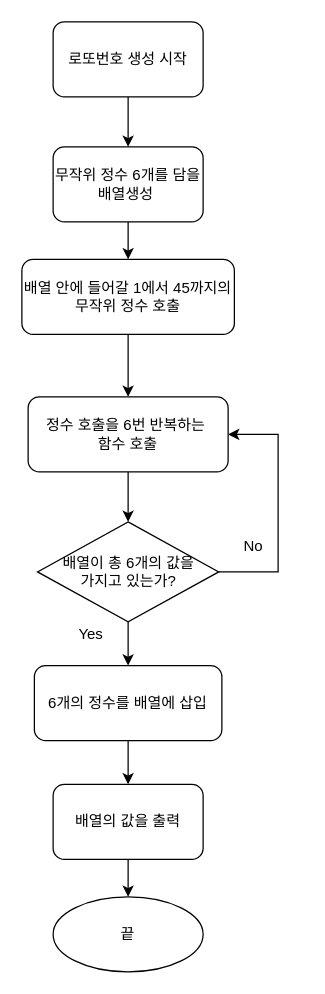
The draw.io diagram LottoFlow.drawio in yagom-academy/swift-starter-Round2, before the edit. Source tidied: cells renumbered, new cells numbered last; positions are measured from the earlier drawing's top-left corner, leaving out a move shared by most shapes. Both pictures are drawn from the tidied source at 125%, with x=0, y=0 at pixel (21, 21).
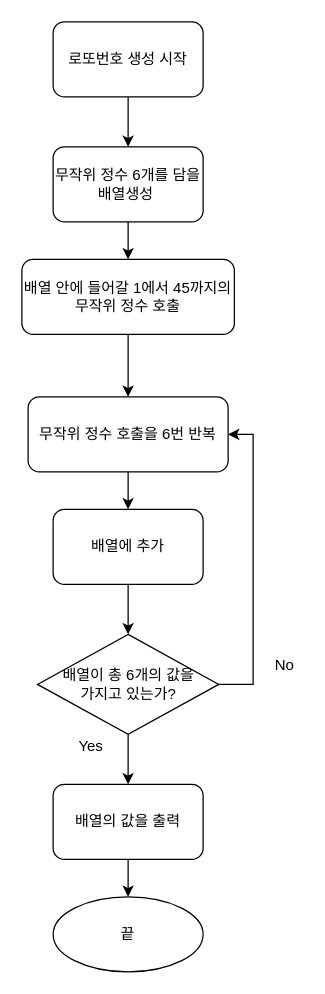
The same page after the edit.

Commit message (it also covers changes not shown here):
Docs: fix code flow

-

Unchanged cells that the change refers to:
```xml
<mxCell id="19" value="배열의 값을 출력" style="rounded=1;whiteSpace=wrap;html=1;" parent="1" vertex="1">
  <mxGeometry x="25" y="610" width="120" height="60" as="geometry" />
</mxCell>
```

The edit, as a diff of the source:
```diff
@@
-    <mxCell id="8" style="edgeStyle=orthogonalEdgeStyle;rounded=0;jettySize=auto;html=1;" parent="1" edge="1" source="10" target="12">
-      <mxGeometry relative="1" as="geometry" />
-    </mxCell>
+    <mxCell id="20" style="edgeStyle=orthogonalEdgeStyle;rounded=0;jettySize=auto;html=1;" parent="1" edge="1" source="10" target="19">
+      <mxGeometry relative="1" as="geometry" />
+    </mxCell>
     <mxCell id="9" style="edgeStyle=orthogonalEdgeStyle;rounded=0;jettySize=auto;html=1;entryX=1;entryY=0.5;entryDx=0;entryDy=0;" parent="1" edge="1" source="10" target="17">
       <mxGeometry relative="1" as="geometry">
         <Array as="points">
-          <mxPoint x="205" y="440" />
-          <mxPoint x="205" y="330" />
+          <mxPoint x="185" y="530" />
+          <mxPoint x="185" y="330" />
         </Array>
       </mxGeometry>
     </mxCell>
     <mxCell id="10" value="배열이 총 6개의 값을&lt;br&gt;가지고 있는가?" style="rhombus;whiteSpace=wrap;html=1;" parent="1" vertex="1">
-      <mxGeometry x="12.5" y="400" width="145" height="80" as="geometry" />
+      <mxGeometry x="12.5" y="490" width="145" height="80" as="geometry" />
     </mxCell>
-    <mxCell id="11" style="edgeStyle=orthogonalEdgeStyle;rounded=0;jettySize=auto;html=1;" parent="1" edge="1" source="12" target="19">
-      <mxGeometry relative="1" as="geometry" />
-    </mxCell>
-    <mxCell id="12" value="6개의 정수를 배열에 삽입" style="rounded=1;whiteSpace=wrap;html=1;" parent="1" vertex="1">
-      <mxGeometry x="10" y="515" width="150" height="60" as="geometry" />
-    </mxCell>
@@
     <mxCell id="14" value="Yes" style="text;html=1;align=center;verticalAlign=middle;strokeColor=none;fillColor=none;" parent="1" vertex="1">
-      <mxGeometry x="35" y="480" width="40" height="20" as="geometry" />
+      <mxGeometry x="35" y="570" width="40" height="20" as="geometry" />
     </mxCell>
     <mxCell id="15" value="No" style="text;html=1;align=center;verticalAlign=middle;strokeColor=none;fillColor=none;" parent="1" vertex="1">
-      <mxGeometry x="170" y="410" width="30" height="20" as="geometry" />
+      <mxGeometry x="195" y="505" width="30" height="20" as="geometry" />
     </mxCell>
-    <mxCell id="16" style="edgeStyle=orthogonalEdgeStyle;rounded=0;jettySize=auto;html=1;" parent="1" edge="1" source="17" target="10">
-      <mxGeometry relative="1" as="geometry" />
-    </mxCell>
+    <mxCell id="21" style="edgeStyle=orthogonalEdgeStyle;rounded=0;jettySize=auto;html=1;" parent="1" edge="1" source="17" target="23">
+      <mxGeometry relative="1" as="geometry" />
+    </mxCell>
-    <mxCell id="17" value="정수 호출을 6번 반복하는&amp;nbsp;&lt;br&gt;함수 호출" style="rounded=1;whiteSpace=wrap;html=1;" parent="1" vertex="1">
+    <mxCell id="17" value="무작위 정수 호출을 6번 반복" style="rounded=1;whiteSpace=wrap;html=1;" parent="1" vertex="1">
       <mxGeometry x="5" y="300" width="160" height="60" as="geometry" />
     </mxCell>
@@
+    <mxCell id="22" style="edgeStyle=orthogonalEdgeStyle;rounded=0;jettySize=auto;html=1;" parent="1" edge="1" source="23" target="10">
+      <mxGeometry relative="1" as="geometry" />
+    </mxCell>
+    <mxCell id="23" value="배열에 추가" style="rounded=1;whiteSpace=wrap;html=1;" parent="1" vertex="1">
+      <mxGeometry x="25" y="390" width="120" height="60" as="geometry" />
+    </mxCell>
```
